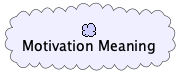
This is doc/elements/motivation-meaning.plantuml.png from SixArm/archimate-examples, a PlantUML export, as it was before one commit.
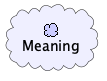
After the change.

What changed in the source:
```diff
@@ -1,4 +1,4 @@
 @startuml
 !include <archimate/Archimate>
-Motivation_Meaning(MM_01, "Motivation Meaning")
+Motivation_Meaning(Meaning, "Meaning")
 @enduml
```
